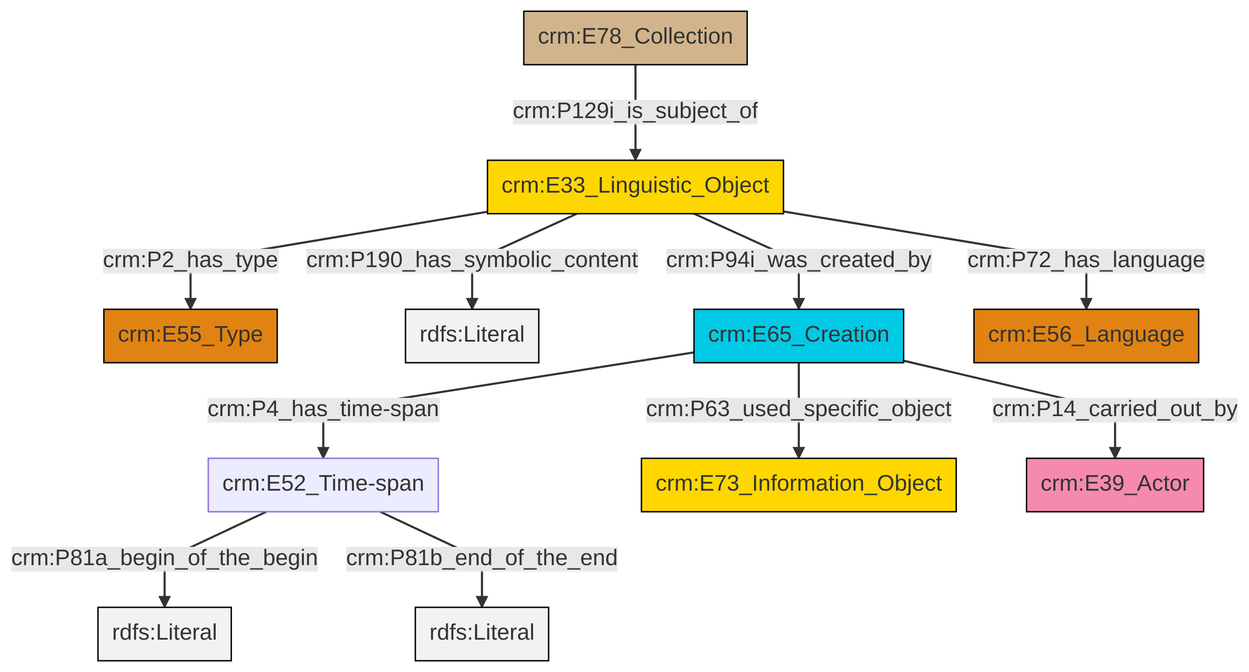
swiss-art-research-net/docs.swissartresearch keeps this Mermaid diagram as et/archivalCSV/ttl/mmd/png/archival_desc.png. Above is the earlier version. Its source is kept beside it as et/archivalCSV/ttl/mmd/archival_desc.ttl.mmd.
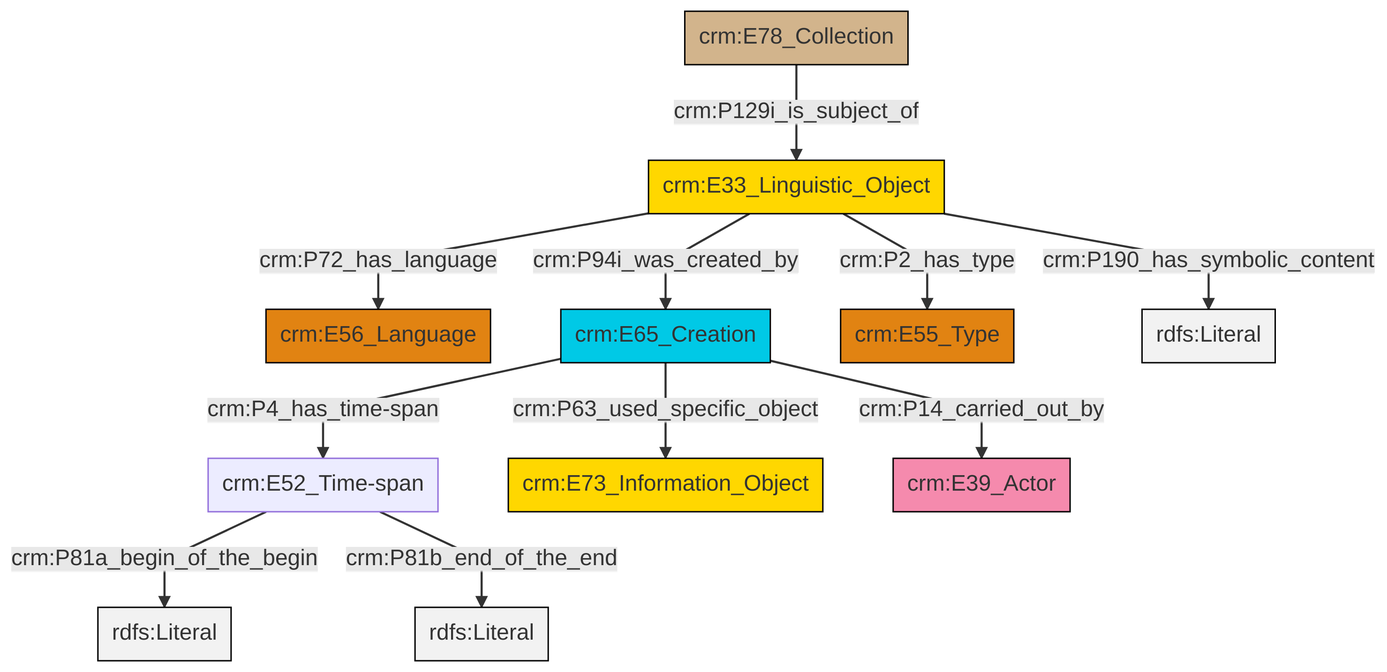
Later version of the same file.

The edit, as a diff of the source:
```diff
@@ -14,12 +14,12 @@
 classDef Multi fill:#cccccc,stroke:#000000;
 
 0["crm:E52_Time-span"]:::Default -->|crm:P81a_begin_of_the_begin| 1[rdfs:Literal]:::Literal
-4["crm:E33_Linguistic_Object"]:::Conceptual_Object -->|crm:P190_has_symbolic_content| 5[rdfs:Literal]:::Literal
-4["crm:E33_Linguistic_Object"]:::Conceptual_Object -->|crm:P94i_was_created_by| 6["crm:E65_Creation"]:::Temporal_Entity
-7["crm:E78_Collection"]:::Physical_Thing -->|crm:P129i_is_subject_of| 4["crm:E33_Linguistic_Object"]:::Conceptual_Object
-4["crm:E33_Linguistic_Object"]:::Conceptual_Object -->|crm:P72_has_language| 10["crm:E56_Language"]:::Type
-6["crm:E65_Creation"]:::Temporal_Entity -->|crm:P63_used_specific_object| 8["crm:E73_Information_Object"]:::Conceptual_Object
-6["crm:E65_Creation"]:::Temporal_Entity -->|crm:P14_carried_out_by| 16["crm:E39_Actor"]:::Actor
-0["crm:E52_Time-span"]:::Default -->|crm:P81b_end_of_the_end| 17[rdfs:Literal]:::Literal
-4["crm:E33_Linguistic_Object"]:::Conceptual_Object -->|crm:P2_has_type| 2["crm:E55_Type"]:::Type
-6["crm:E65_Creation"]:::Temporal_Entity -->|crm:P4_has_time-span| 0["crm:E52_Time-span"]:::Default
+0["crm:E52_Time-span"]:::Default -->|crm:P81b_end_of_the_end| 2[rdfs:Literal]:::Literal
+5["crm:E33_Linguistic_Object"]:::Conceptual_Object -->|crm:P72_has_language| 6["crm:E56_Language"]:::Type
+7["crm:E78_Collection"]:::Physical_Thing -->|crm:P129i_is_subject_of| 5["crm:E33_Linguistic_Object"]:::Conceptual_Object
+8["crm:E65_Creation"]:::Temporal_Entity -->|crm:P14_carried_out_by| 9["crm:E39_Actor"]:::Actor
+8["crm:E65_Creation"]:::Temporal_Entity -->|crm:P4_has_time-span| 0["crm:E52_Time-span"]:::Default
+5["crm:E33_Linguistic_Object"]:::Conceptual_Object -->|crm:P94i_was_created_by| 8["crm:E65_Creation"]:::Temporal_Entity
+5["crm:E33_Linguistic_Object"]:::Conceptual_Object -->|crm:P190_has_symbolic_content| 17[rdfs:Literal]:::Literal
+5["crm:E33_Linguistic_Object"]:::Conceptual_Object -->|crm:P2_has_type| 15["crm:E55_Type"]:::Type
+8["crm:E65_Creation"]:::Temporal_Entity -->|crm:P63_used_specific_object| 3["crm:E73_Information_Object"]:::Conceptual_Object
```
